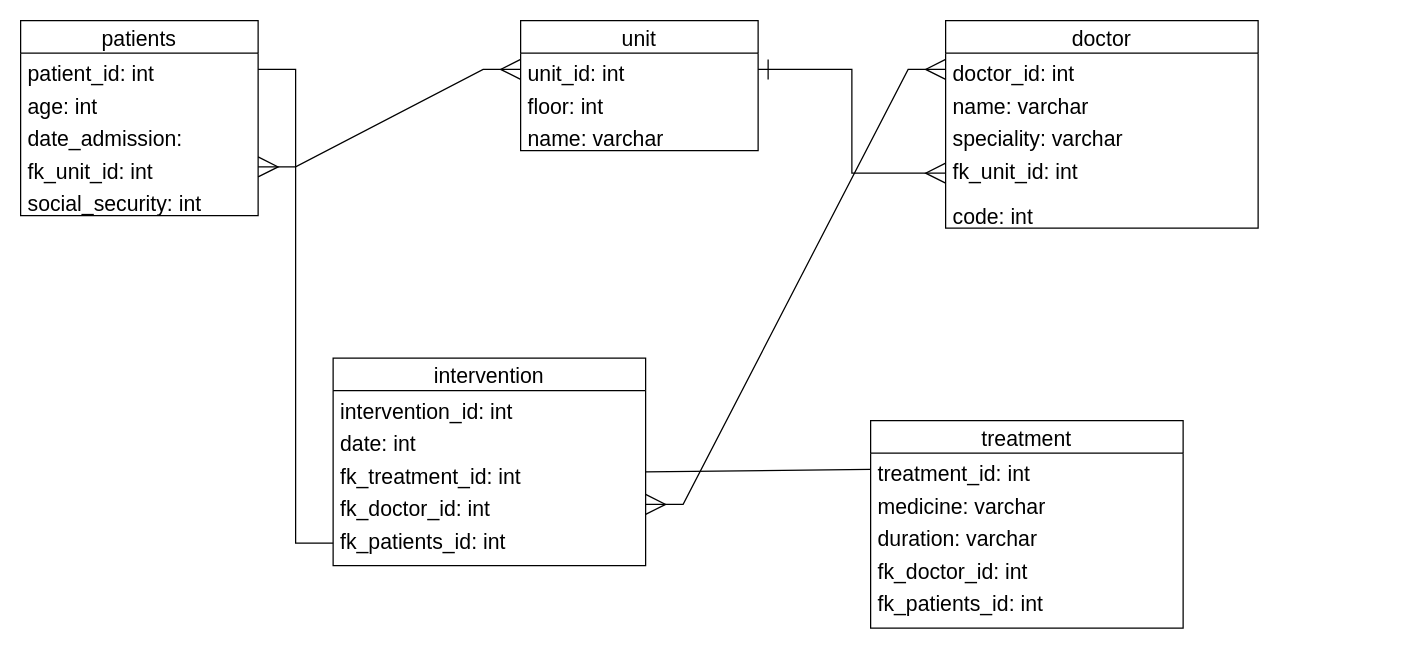
Earlier version of the draw.io diagram page "Page-4" (4 of 4) of Silia/health.drawio (MichaelSteinacherPDC/BE17-DBDev-Day-1-Steinacher-Cronauer). Source tidied: cells renumbered, new cells numbered last; positions are measured from the earlier drawing's top-left corner, leaving out a move shared by most shapes. Both pictures are drawn from the tidied source at 125%, with x=0, y=0 at pixel (20, 20).
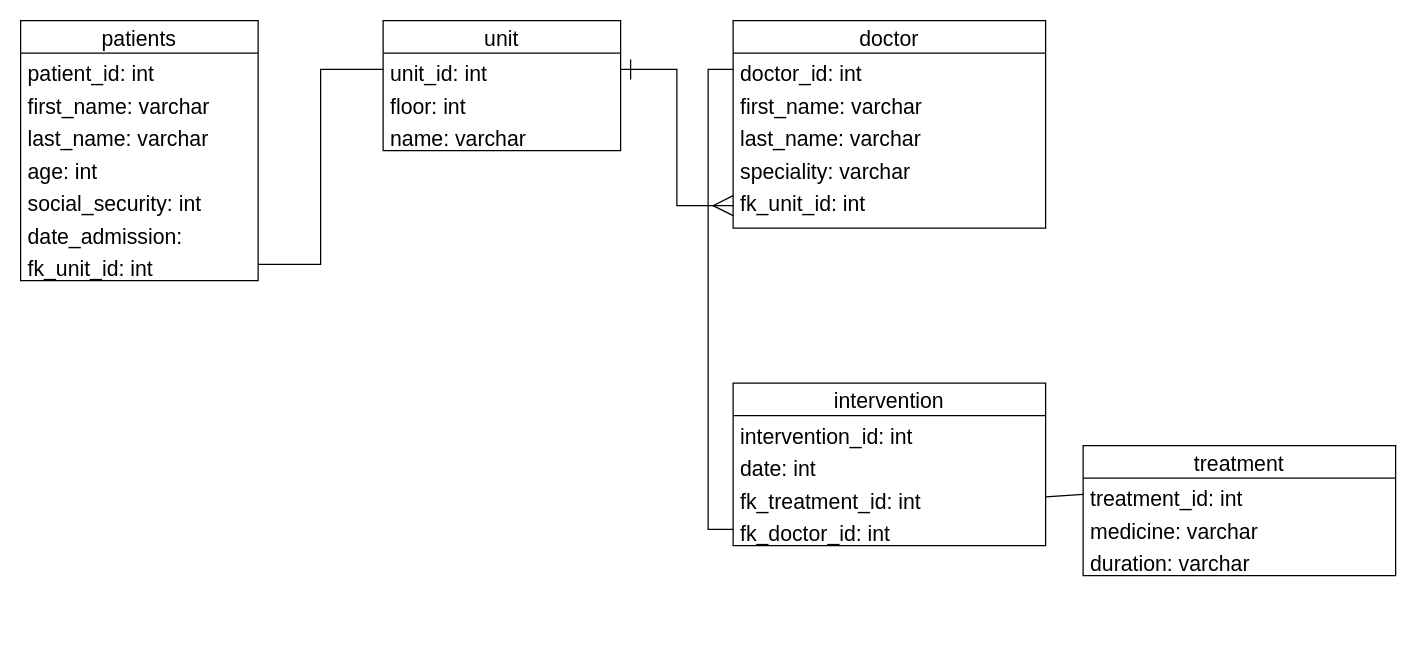
The same page after the edit.

The change refers to these unchanged cells:
```xml
<mxCell id="3" value="patient_id: int" style="text;strokeColor=none;fillColor=none;align=left;verticalAlign=top;spacingLeft=4;spacingRight=4;overflow=hidden;points=[[0,0.5],[1,0.5]];portConstraint=eastwest;sketch=0;hachureGap=4;fontFamily=Helvetica;fontSize=17;" parent="2" vertex="1">
  <mxGeometry y="26" width="190" height="26" as="geometry" />
</mxCell>
<mxCell id="9" value="unit_id: int" style="text;strokeColor=none;fillColor=none;align=left;verticalAlign=top;spacingLeft=4;spacingRight=4;overflow=hidden;points=[[0,0.5],[1,0.5]];portConstraint=eastwest;sketch=0;hachureGap=4;fontFamily=Helvetica;fontSize=17;" parent="8" vertex="1">
  <mxGeometry y="26" width="190" height="26" as="geometry" />
</mxCell>
<mxCell id="13" value="doctor_id: int" style="text;strokeColor=none;fillColor=none;align=left;verticalAlign=top;spacingLeft=4;spacingRight=4;overflow=hidden;points=[[0,0.5],[1,0.5]];portConstraint=eastwest;sketch=0;hachureGap=4;fontFamily=Helvetica;fontSize=17;" parent="12" vertex="1">
  <mxGeometry y="26" width="250" height="26" as="geometry" />
</mxCell>
<mxCell id="23" value="fk_doctor_id: int" style="text;strokeColor=none;fillColor=none;align=left;verticalAlign=top;spacingLeft=4;spacingRight=4;overflow=hidden;points=[[0,0.5],[1,0.5]];portConstraint=eastwest;sketch=0;hachureGap=4;fontFamily=Helvetica;fontSize=17;" parent="19" vertex="1">
  <mxGeometry y="104" width="250" height="26" as="geometry" />
</mxCell>
```

What changed in the source:
```diff
@@
     <mxCell id="2" value="patients" style="swimlane;fontStyle=0;horizontal=1;startSize=26;fillColor=none;sketch=0;hachureGap=4;fontFamily=Helvetica;fontSize=17;" parent="1" vertex="1">
-      <mxGeometry width="190" height="156" as="geometry" />
+      <mxGeometry width="190" height="208" as="geometry" />
     </mxCell>
@@
+    <mxCell id="35" value="first_name: varchar" style="text;strokeColor=none;fillColor=none;align=left;verticalAlign=top;spacingLeft=4;spacingRight=4;overflow=hidden;sketch=0;hachureGap=4;fontFamily=Helvetica;fontSize=17;" parent="2" vertex="1">
+      <mxGeometry y="52" width="190" height="26" as="geometry" />
+    </mxCell>
+    <mxCell id="36" value="last_name: varchar" style="text;strokeColor=none;fillColor=none;align=left;verticalAlign=top;spacingLeft=4;spacingRight=4;overflow=hidden;sketch=0;hachureGap=4;fontFamily=Helvetica;fontSize=17;" parent="2" vertex="1">
+      <mxGeometry y="78" width="190" height="26" as="geometry" />
+    </mxCell>
     <mxCell id="4" value="age: int" style="text;strokeColor=none;fillColor=none;align=left;verticalAlign=top;spacingLeft=4;spacingRight=4;overflow=hidden;sketch=0;hachureGap=4;fontFamily=Helvetica;fontSize=17;" parent="2" vertex="1">
-      <mxGeometry y="52" width="190" height="26" as="geometry" />
+      <mxGeometry y="104" width="190" height="26" as="geometry" />
     </mxCell>
+    <mxCell id="37" value="social_security: int" style="text;strokeColor=none;fillColor=none;align=left;verticalAlign=top;spacingLeft=4;spacingRight=4;overflow=hidden;sketch=0;hachureGap=4;fontFamily=Helvetica;fontSize=17;" parent="2" vertex="1">
+      <mxGeometry y="130" width="190" height="26" as="geometry" />
+    </mxCell>
     <mxCell id="5" value="date_admission:" style="text;strokeColor=none;fillColor=none;align=left;verticalAlign=top;spacingLeft=4;spacingRight=4;overflow=hidden;sketch=0;hachureGap=4;fontFamily=Helvetica;fontSize=17;" parent="2" vertex="1">
-      <mxGeometry y="78" width="190" height="26" as="geometry" />
+      <mxGeometry y="156" width="190" height="26" as="geometry" />
     </mxCell>
-    <mxCell id="6" value="fk_unit_id: int" style="text;strokeColor=none;fillColor=none;align=left;verticalAlign=top;spacingLeft=4;spacingRight=4;overflow=hidden;points=[[0,0.5],[1,0.5]];portConstraint=eastwest;sketch=0;hachureGap=4;fontFamily=Helvetica;fontSize=17;" parent="2" vertex="1">
-      <mxGeometry y="104" width="190" height="26" as="geometry" />
-    </mxCell>
-    <mxCell id="7" value="social_security: int" style="text;strokeColor=none;fillColor=none;align=left;verticalAlign=top;spacingLeft=4;spacingRight=4;overflow=hidden;points=[[0,0.5],[1,0.5]];portConstraint=eastwest;sketch=0;hachureGap=4;fontFamily=Helvetica;fontSize=17;" parent="2" vertex="1">
-      <mxGeometry y="130" width="190" height="26" as="geometry" />
+    <mxCell id="7" value="fk_unit_id: int&#10;" style="text;strokeColor=none;fillColor=none;align=left;verticalAlign=top;spacingLeft=4;spacingRight=4;overflow=hidden;points=[[0,0.5],[1,0.5]];portConstraint=eastwest;sketch=0;hachureGap=4;fontFamily=Helvetica;fontSize=17;" parent="2" vertex="1">
+      <mxGeometry y="182" width="190" height="26" as="geometry" />
     </mxCell>
     <mxCell id="8" value="unit" style="swimlane;fontStyle=0;horizontal=1;startSize=26;fillColor=none;sketch=0;hachureGap=4;fontFamily=Helvetica;fontSize=17;" parent="1" vertex="1">
-      <mxGeometry x="400" width="190" height="104" as="geometry" />
+      <mxGeometry x="290" width="190" height="104" as="geometry" />
     </mxCell>
@@
     <mxCell id="12" value="doctor" style="swimlane;fontStyle=0;horizontal=1;startSize=26;fillColor=none;sketch=0;hachureGap=4;fontFamily=Helvetica;fontSize=17;" parent="1" vertex="1">
-      <mxGeometry x="740" width="250" height="166" as="geometry" />
+      <mxGeometry x="570" width="250" height="166" as="geometry" />
     </mxCell>
@@
-    <mxCell id="14" value="name: varchar" style="text;strokeColor=none;fillColor=none;align=left;verticalAlign=top;spacingLeft=4;spacingRight=4;overflow=hidden;sketch=0;hachureGap=4;fontFamily=Helvetica;fontSize=17;" parent="12" vertex="1">
+    <mxCell id="14" value="first_name: varchar" style="text;strokeColor=none;fillColor=none;align=left;verticalAlign=top;spacingLeft=4;spacingRight=4;overflow=hidden;sketch=0;hachureGap=4;fontFamily=Helvetica;fontSize=17;" parent="12" vertex="1">
       <mxGeometry y="52" width="250" height="26" as="geometry" />
     </mxCell>
+    <mxCell id="38" value="last_name: varchar" style="text;strokeColor=none;fillColor=none;align=left;verticalAlign=top;spacingLeft=4;spacingRight=4;overflow=hidden;sketch=0;hachureGap=4;fontFamily=Helvetica;fontSize=17;" parent="12" vertex="1">
+      <mxGeometry y="78" width="250" height="26" as="geometry" />
+    </mxCell>
     <mxCell id="15" value="speciality: varchar" style="text;strokeColor=none;fillColor=none;align=left;verticalAlign=top;spacingLeft=4;spacingRight=4;overflow=hidden;sketch=0;hachureGap=4;fontFamily=Helvetica;fontSize=17;" parent="12" vertex="1">
-      <mxGeometry y="78" width="250" height="26" as="geometry" />
+      <mxGeometry y="104" width="250" height="26" as="geometry" />
     </mxCell>
     <mxCell id="16" value="fk_unit_id: int" style="text;strokeColor=none;fillColor=none;align=left;verticalAlign=top;spacingLeft=4;spacingRight=4;overflow=hidden;points=[[0,0.5],[1,0.5]];portConstraint=eastwest;sketch=0;hachureGap=4;fontFamily=Helvetica;fontSize=17;" parent="12" vertex="1">
-      <mxGeometry y="104" width="250" height="36" as="geometry" />
+      <mxGeometry y="130" width="250" height="36" as="geometry" />
     </mxCell>
-    <mxCell id="17" value="code: int" style="text;strokeColor=none;fillColor=none;align=left;verticalAlign=top;spacingLeft=4;spacingRight=4;overflow=hidden;sketch=0;hachureGap=4;fontFamily=Helvetica;fontSize=17;" parent="12" vertex="1">
-      <mxGeometry y="140" width="250" height="26" as="geometry" />
-    </mxCell>
@@
     <mxCell id="19" value="intervention" style="swimlane;fontStyle=0;horizontal=1;startSize=26;fillColor=none;sketch=0;hachureGap=4;fontFamily=Helvetica;fontSize=17;" parent="1" vertex="1">
-      <mxGeometry x="250" y="270" width="250" height="166" as="geometry" />
+      <mxGeometry x="570" y="290" width="250" height="130" as="geometry" />
     </mxCell>
@@
-    <mxCell id="24" value="fk_patients_id: int" style="text;strokeColor=none;fillColor=none;align=left;verticalAlign=top;spacingLeft=4;spacingRight=4;overflow=hidden;points=[[0,0.5],[1,0.5]];portConstraint=eastwest;sketch=0;hachureGap=4;fontFamily=Helvetica;fontSize=17;" parent="19" vertex="1">
-      <mxGeometry y="130" width="250" height="36" as="geometry" />
-    </mxCell>
-    <mxCell id="25" style="edgeStyle=entityRelationEdgeStyle;rounded=0;sketch=0;hachureGap=4;jettySize=auto;html=1;exitX=0;exitY=0.5;exitDx=0;exitDy=0;entryX=1;entryY=0.5;entryDx=0;entryDy=0;fontFamily=Helvetica;fontSize=17;startArrow=none;startFill=0;endArrow=none;endFill=0;startSize=14;endSize=14;sourcePerimeterSpacing=8;targetPerimeterSpacing=8;" parent="1" edge="1" source="24" target="3">
-      <mxGeometry relative="1" as="geometry" />
-    </mxCell>
-    <mxCell id="26" style="edgeStyle=entityRelationEdgeStyle;rounded=0;sketch=0;hachureGap=4;jettySize=auto;html=1;exitX=1;exitY=0.5;exitDx=0;exitDy=0;entryX=0;entryY=0.5;entryDx=0;entryDy=0;fontFamily=Helvetica;fontSize=17;startArrow=ERmany;startFill=0;endArrow=ERmany;endFill=0;startSize=14;endSize=14;sourcePerimeterSpacing=8;targetPerimeterSpacing=8;" parent="1" edge="1" source="6" target="9">
-      <mxGeometry relative="1" as="geometry" />
-    </mxCell>
-    <mxCell id="27" style="edgeStyle=entityRelationEdgeStyle;rounded=0;sketch=0;hachureGap=4;jettySize=auto;html=1;exitX=1;exitY=0.5;exitDx=0;exitDy=0;entryX=0;entryY=0.5;entryDx=0;entryDy=0;fontFamily=Helvetica;fontSize=17;startArrow=ERmany;startFill=0;endArrow=ERmany;endFill=0;startSize=14;endSize=14;sourcePerimeterSpacing=8;targetPerimeterSpacing=8;" parent="1" edge="1" source="23" target="13">
-      <mxGeometry relative="1" as="geometry" />
-    </mxCell>
     <mxCell id="28" value="treatment" style="swimlane;fontStyle=0;horizontal=1;startSize=26;fillColor=none;sketch=0;hachureGap=4;fontFamily=Helvetica;fontSize=17;" parent="1" vertex="1">
-      <mxGeometry x="680" y="320" width="250" height="166" as="geometry" />
+      <mxGeometry x="850" y="340" width="250" height="104" as="geometry" />
     </mxCell>
@@
-    <mxCell id="32" value="fk_doctor_id: int" style="text;strokeColor=none;fillColor=none;align=left;verticalAlign=top;spacingLeft=4;spacingRight=4;overflow=hidden;sketch=0;hachureGap=4;fontFamily=Helvetica;fontSize=17;" parent="28" vertex="1">
-      <mxGeometry y="104" width="250" height="26" as="geometry" />
-    </mxCell>
-    <mxCell id="33" value="fk_patients_id: int" style="text;strokeColor=none;fillColor=none;align=left;verticalAlign=top;spacingLeft=4;spacingRight=4;overflow=hidden;sketch=0;hachureGap=4;fontFamily=Helvetica;fontSize=17;" parent="28" vertex="1">
-      <mxGeometry y="130" width="250" height="36" as="geometry" />
-    </mxCell>
@@
+    <mxCell id="39" style="edgeStyle=orthogonalEdgeStyle;rounded=0;sketch=0;hachureGap=4;jettySize=auto;html=1;exitX=0;exitY=0.5;exitDx=0;exitDy=0;entryX=0;entryY=0.5;entryDx=0;entryDy=0;fontFamily=Architects Daughter;fontSize=16;endArrow=none;endFill=0;startSize=14;endSize=14;sourcePerimeterSpacing=8;targetPerimeterSpacing=8;" parent="1" edge="1" source="13" target="23">
+      <mxGeometry relative="1" as="geometry" />
+    </mxCell>
+    <mxCell id="40" style="edgeStyle=orthogonalEdgeStyle;rounded=0;sketch=0;hachureGap=4;jettySize=auto;html=1;exitX=1;exitY=0.5;exitDx=0;exitDy=0;entryX=0;entryY=0.5;entryDx=0;entryDy=0;fontFamily=Architects Daughter;fontSize=16;endArrow=none;endFill=0;startSize=14;endSize=14;sourcePerimeterSpacing=8;targetPerimeterSpacing=8;" parent="1" edge="1" source="7" target="9">
+      <mxGeometry relative="1" as="geometry" />
+    </mxCell>
```
